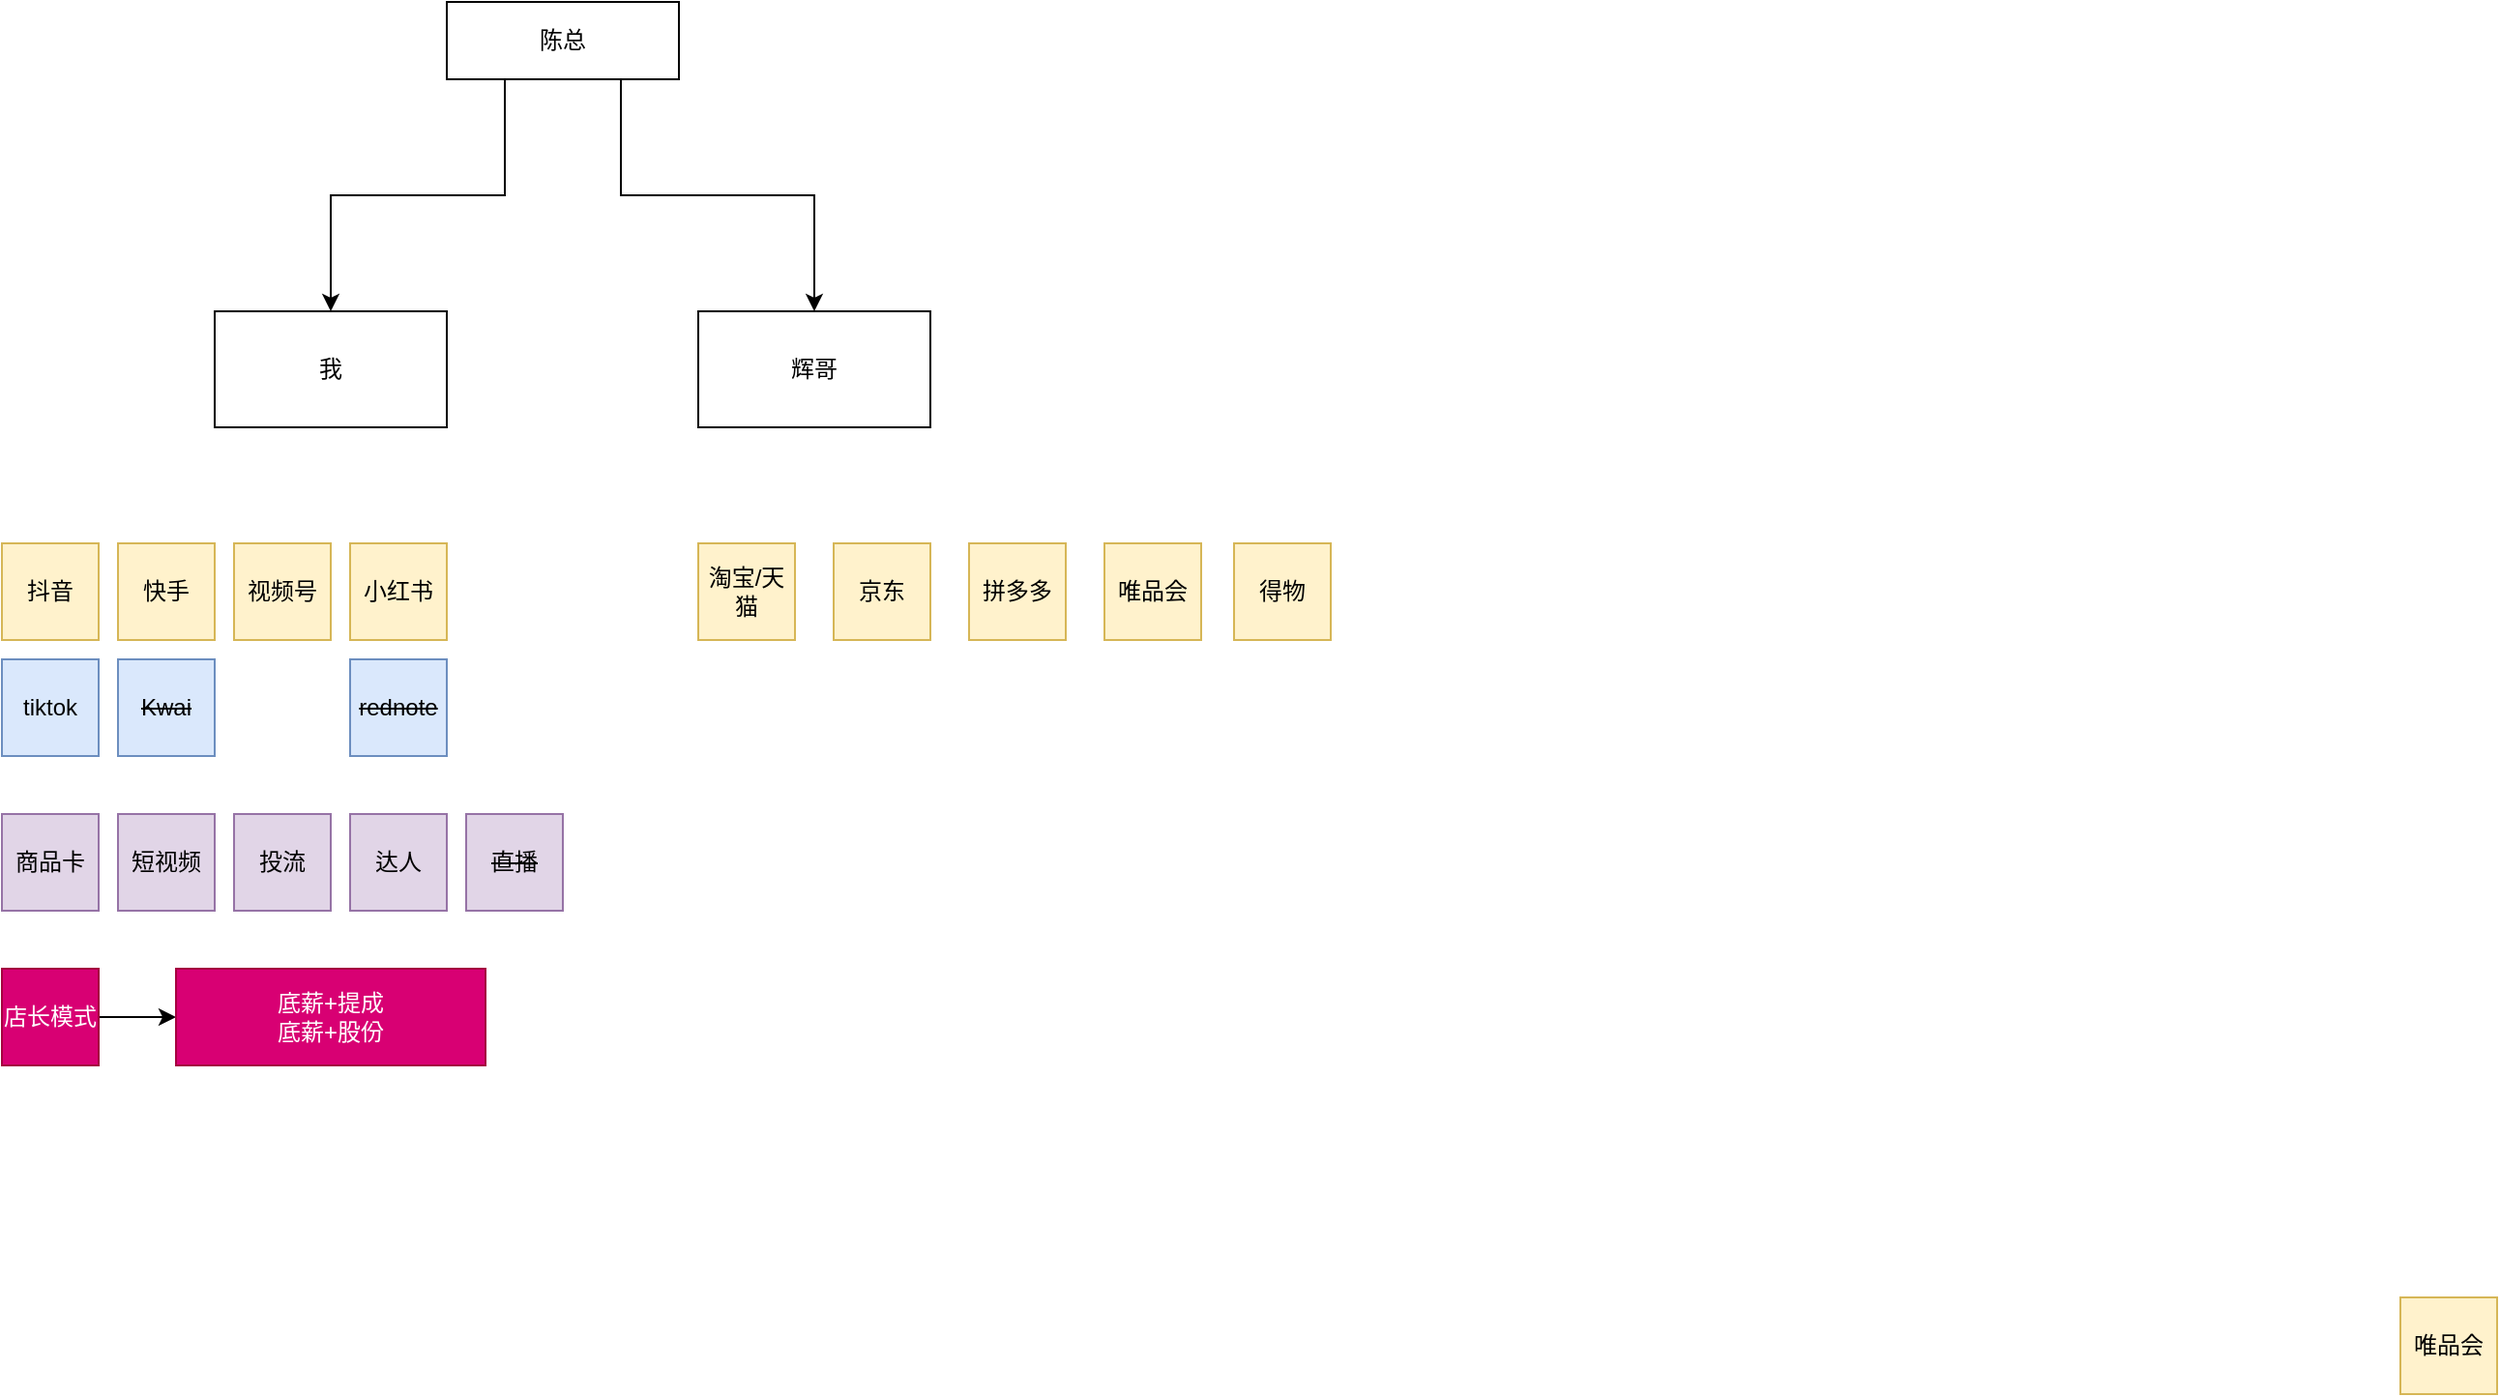
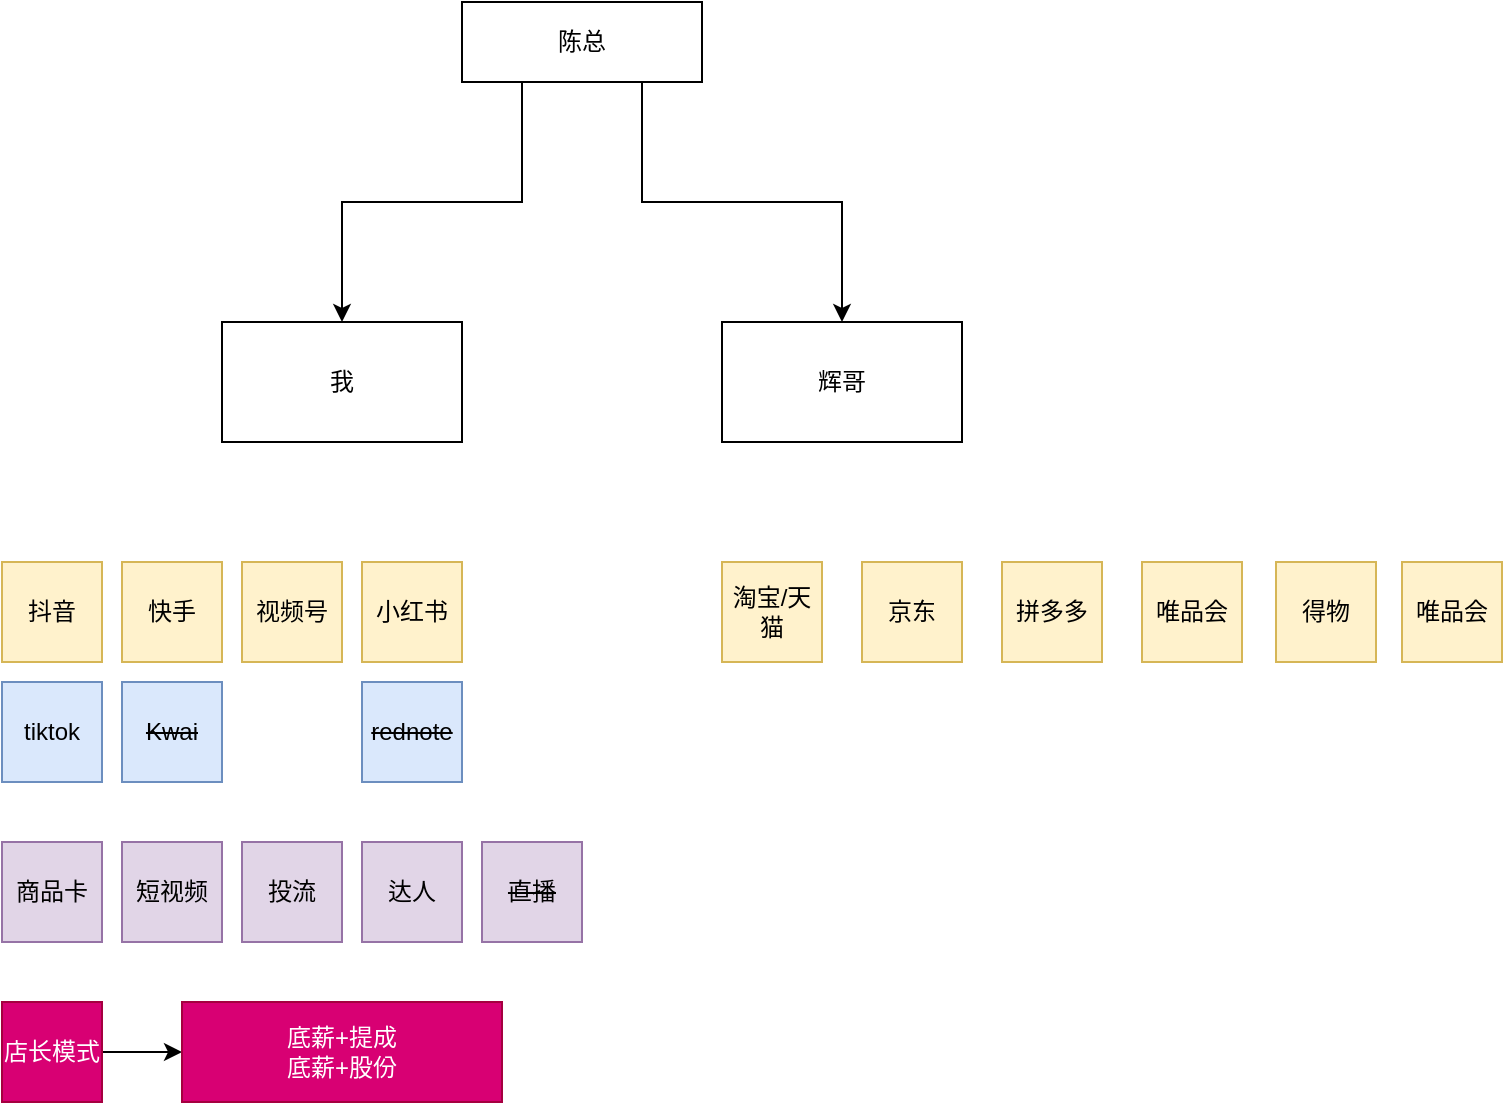
<mxfile host="app.diagrams.net">
  <diagram name="第 1 页" id="GTtvttoZAneKB4uyEYNI">
-     <mxGraphModel dx="820" dy="543" grid="1" gridSize="10" guides="1" tooltips="1" connect="1" arrows="1" fold="1" page="1" pageScale="1" pageWidth="827" pageHeight="1169" math="0" shadow="0">
+     <mxGraphModel dx="1312" dy="869" grid="1" gridSize="10" guides="1" tooltips="1" connect="1" arrows="1" fold="1" page="1" pageScale="1" pageWidth="827" pageHeight="1169" math="0" shadow="0">
      <root>
        <mxCell id="0" />
        <mxCell id="1" parent="0" />
        <mxCell id="_EOlN6vvF664AqaNGLxs-1" parent="1" style="rounded=0;whiteSpace=wrap;html=1;" value="我" vertex="1">
          <mxGeometry height="60" width="120" x="250" y="300" as="geometry" />
        </mxCell>
        <mxCell id="_EOlN6vvF664AqaNGLxs-9" edge="1" parent="1" source="_EOlN6vvF664AqaNGLxs-5" style="edgeStyle=orthogonalEdgeStyle;rounded=0;orthogonalLoop=1;jettySize=auto;html=1;exitX=0.75;exitY=1;exitDx=0;exitDy=0;entryX=0.5;entryY=0;entryDx=0;entryDy=0;" target="_EOlN6vvF664AqaNGLxs-6">
          <mxGeometry relative="1" as="geometry" />
        </mxCell>
        <mxCell id="_EOlN6vvF664AqaNGLxs-13" edge="1" parent="1" source="_EOlN6vvF664AqaNGLxs-5" style="edgeStyle=orthogonalEdgeStyle;rounded=0;orthogonalLoop=1;jettySize=auto;html=1;exitX=0.25;exitY=1;exitDx=0;exitDy=0;entryX=0.5;entryY=0;entryDx=0;entryDy=0;" target="_EOlN6vvF664AqaNGLxs-1">
          <mxGeometry relative="1" as="geometry" />
        </mxCell>
        <mxCell id="_EOlN6vvF664AqaNGLxs-5" parent="1" style="whiteSpace=wrap;html=1;" value="陈总" vertex="1">
          <mxGeometry height="40" width="120" x="370" y="140" as="geometry" />
        </mxCell>
        <mxCell id="_EOlN6vvF664AqaNGLxs-6" parent="1" style="whiteSpace=wrap;html=1;" value="辉哥" vertex="1">
          <mxGeometry height="60" width="120" x="500" y="300" as="geometry" />
        </mxCell>
        <mxCell id="_EOlN6vvF664AqaNGLxs-16" parent="1" style="whiteSpace=wrap;html=1;fillColor=#dae8fc;strokeColor=#6c8ebf;" value="tiktok" vertex="1">
          <mxGeometry height="50" width="50" x="140" y="480" as="geometry" />
        </mxCell>
        <mxCell id="_EOlN6vvF664AqaNGLxs-19" parent="1" style="whiteSpace=wrap;html=1;fillColor=#fff2cc;strokeColor=#d6b656;" value="抖音" vertex="1">
          <mxGeometry height="50" width="50" x="140" y="420" as="geometry" />
        </mxCell>
        <mxCell id="_EOlN6vvF664AqaNGLxs-20" parent="1" style="whiteSpace=wrap;html=1;fillColor=#fff2cc;strokeColor=#d6b656;" value="快手" vertex="1">
          <mxGeometry height="50" width="50" x="200" y="420" as="geometry" />
        </mxCell>
        <mxCell id="_EOlN6vvF664AqaNGLxs-21" parent="1" style="whiteSpace=wrap;html=1;fillColor=#fff2cc;strokeColor=#d6b656;" value="视频号" vertex="1">
          <mxGeometry height="50" width="50" x="260" y="420" as="geometry" />
        </mxCell>
        <mxCell id="_EOlN6vvF664AqaNGLxs-24" parent="1" style="whiteSpace=wrap;html=1;fillColor=#fff2cc;strokeColor=#d6b656;" value="小红书" vertex="1">
          <mxGeometry height="50" width="50" x="320" y="420" as="geometry" />
        </mxCell>
        <mxCell id="_EOlN6vvF664AqaNGLxs-26" parent="1" style="whiteSpace=wrap;html=1;fillColor=#dae8fc;strokeColor=#6c8ebf;" value="&lt;strike&gt;Kwai&lt;/strike&gt;" vertex="1">
          <mxGeometry height="50" width="50" x="200" y="480" as="geometry" />
        </mxCell>
        <mxCell id="_EOlN6vvF664AqaNGLxs-27" parent="1" style="whiteSpace=wrap;html=1;fillColor=#dae8fc;strokeColor=#6c8ebf;" value="&lt;strike&gt;rednote&lt;/strike&gt;" vertex="1">
          <mxGeometry height="50" width="50" x="320" y="480" as="geometry" />
        </mxCell>
        <mxCell id="_EOlN6vvF664AqaNGLxs-28" parent="1" style="whiteSpace=wrap;html=1;fillColor=#fff2cc;strokeColor=#d6b656;" value="淘宝/天猫" vertex="1">
          <mxGeometry height="50" width="50" x="500" y="420" as="geometry" />
        </mxCell>
        <mxCell id="_EOlN6vvF664AqaNGLxs-29" parent="1" style="whiteSpace=wrap;html=1;fillColor=#fff2cc;strokeColor=#d6b656;" value="京东" vertex="1">
          <mxGeometry height="50" width="50" x="570" y="420" as="geometry" />
        </mxCell>
        <mxCell id="_EOlN6vvF664AqaNGLxs-30" parent="1" style="whiteSpace=wrap;html=1;fillColor=#fff2cc;strokeColor=#d6b656;" value="拼多多" vertex="1">
          <mxGeometry height="50" width="50" x="640" y="420" as="geometry" />
        </mxCell>
        <mxCell id="_EOlN6vvF664AqaNGLxs-31" parent="1" style="whiteSpace=wrap;html=1;fillColor=#fff2cc;strokeColor=#d6b656;" value="得物" vertex="1">
          <mxGeometry height="50" width="50" x="777" y="420" as="geometry" />
        </mxCell>
        <mxCell id="_EOlN6vvF664AqaNGLxs-32" parent="1" style="whiteSpace=wrap;html=1;fillColor=#fff2cc;strokeColor=#d6b656;" value="唯品会" vertex="1">
-           <mxGeometry height="50" width="50" x="1380" y="810" as="geometry" />
+           <mxGeometry height="50" width="50" x="840" y="420" as="geometry" />
        </mxCell>
        <mxCell id="_EOlN6vvF664AqaNGLxs-33" parent="1" style="whiteSpace=wrap;html=1;fillColor=#fff2cc;strokeColor=#d6b656;" value="唯品会" vertex="1">
          <mxGeometry height="50" width="50" x="710" y="420" as="geometry" />
        </mxCell>
        <mxCell id="_EOlN6vvF664AqaNGLxs-34" parent="1" style="whiteSpace=wrap;html=1;fillColor=#e1d5e7;strokeColor=#9673a6;" value="商品卡" vertex="1">
          <mxGeometry height="50" width="50" x="140" y="560" as="geometry" />
        </mxCell>
        <mxCell id="_EOlN6vvF664AqaNGLxs-35" parent="1" style="whiteSpace=wrap;html=1;fillColor=#e1d5e7;strokeColor=#9673a6;" value="短视频" vertex="1">
          <mxGeometry height="50" width="50" x="200" y="560" as="geometry" />
        </mxCell>
        <mxCell id="_EOlN6vvF664AqaNGLxs-36" parent="1" style="whiteSpace=wrap;html=1;fillColor=#e1d5e7;strokeColor=#9673a6;" value="达人" vertex="1">
          <mxGeometry height="50" width="50" x="320" y="560" as="geometry" />
        </mxCell>
        <mxCell id="_EOlN6vvF664AqaNGLxs-37" parent="1" style="whiteSpace=wrap;html=1;fillColor=#e1d5e7;strokeColor=#9673a6;" value="&lt;strike&gt;直播&lt;/strike&gt;" vertex="1">
          <mxGeometry height="50" width="50" x="380" y="560" as="geometry" />
        </mxCell>
        <mxCell id="_EOlN6vvF664AqaNGLxs-38" parent="1" style="whiteSpace=wrap;html=1;fillColor=#e1d5e7;strokeColor=#9673a6;" value="投流" vertex="1">
          <mxGeometry height="50" width="50" x="260" y="560" as="geometry" />
        </mxCell>
        <mxCell id="_EOlN6vvF664AqaNGLxs-41" edge="1" parent="1" source="_EOlN6vvF664AqaNGLxs-39" style="edgeStyle=orthogonalEdgeStyle;rounded=0;orthogonalLoop=1;jettySize=auto;html=1;" target="_EOlN6vvF664AqaNGLxs-40" value="">
          <mxGeometry relative="1" as="geometry" />
        </mxCell>
        <mxCell id="_EOlN6vvF664AqaNGLxs-39" parent="1" style="whiteSpace=wrap;html=1;fillColor=#d80073;strokeColor=#A50040;fontColor=#ffffff;" value="店长模式" vertex="1">
          <mxGeometry height="50" width="50" x="140" y="640" as="geometry" />
        </mxCell>
        <mxCell id="_EOlN6vvF664AqaNGLxs-40" parent="1" style="whiteSpace=wrap;html=1;fillColor=#d80073;strokeColor=#A50040;fontColor=#ffffff;" value="底薪+提成&lt;br&gt;底薪+股份" vertex="1">
          <mxGeometry height="50" width="160" x="230" y="640" as="geometry" />
        </mxCell>
      </root>
    </mxGraphModel>
  </diagram>
</mxfile>
